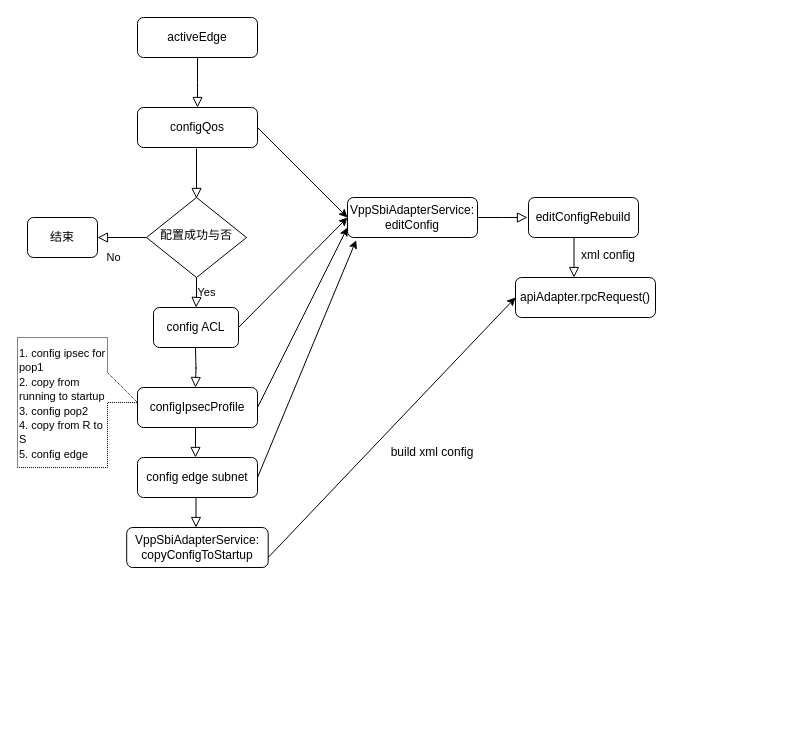
The draw.io diagram active-edge.drawio in wenchma/diagram, before the edit. Source tidied: cells renumbered, new cells numbered last; positions are measured from the earlier drawing's top-left corner, leaving out a move shared by most shapes. Both pictures are drawn from the tidied source at 100%, with x=0, y=0 at pixel (12, 17).
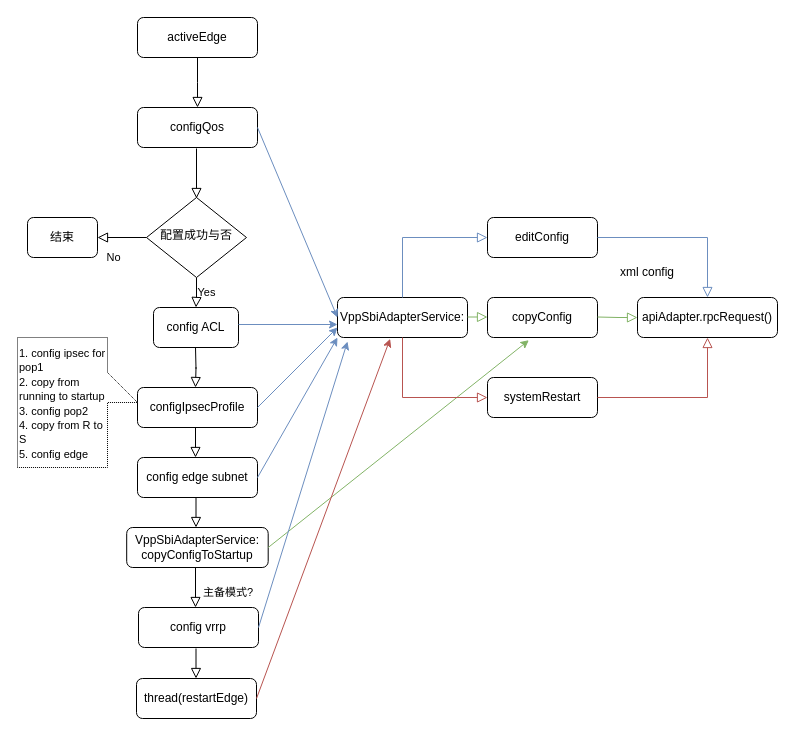
The same diagram, later.

The change refers to these unchanged cells:
```xml
<mxCell id="9" value="config ACL" style="rounded=1;whiteSpace=wrap;html=1;fontSize=12;glass=0;strokeWidth=1;shadow=0;" parent="1" vertex="1">
  <mxGeometry x="141" y="290" width="85" height="40" as="geometry" />
</mxCell>
<mxCell id="10" value="configQos" style="rounded=1;whiteSpace=wrap;html=1;fontSize=12;glass=0;strokeWidth=1;shadow=0;" parent="1" vertex="1">
  <mxGeometry x="125" y="90" width="120" height="40" as="geometry" />
</mxCell>
<mxCell id="17" value="configIpsecProfile" style="rounded=1;whiteSpace=wrap;html=1;fontSize=12;glass=0;strokeWidth=1;shadow=0;" parent="1" vertex="1">
  <mxGeometry x="125" y="370" width="120" height="40" as="geometry" />
</mxCell>
<mxCell id="22" value="config edge subnet" style="rounded=1;whiteSpace=wrap;html=1;fontSize=12;glass=0;strokeWidth=1;shadow=0;" parent="1" vertex="1">
  <mxGeometry x="125" y="440" width="120" height="40" as="geometry" />
</mxCell>
<mxCell id="25" value="VppSbiAdapterService:&lt;br&gt;copyConfigToStartup" style="rounded=1;whiteSpace=wrap;html=1;fontSize=12;glass=0;strokeWidth=1;shadow=0;" parent="1" vertex="1">
  <mxGeometry x="114.2" y="510" width="141.5" height="40" as="geometry" />
</mxCell>
```

The edit, as a diff of the source:
```diff
@@
-    <mxCell id="4" value="VppSbiAdapterService:&lt;br&gt;editConfig" style="rounded=1;whiteSpace=wrap;html=1;fontSize=12;glass=0;strokeWidth=1;shadow=0;" parent="1" vertex="1">
-      <mxGeometry x="335" y="180" width="130" height="40" as="geometry" />
+    <mxCell id="4" value="VppSbiAdapterService:&lt;br&gt;" style="rounded=1;whiteSpace=wrap;html=1;fontSize=12;glass=0;strokeWidth=1;shadow=0;" parent="1" vertex="1">
+      <mxGeometry x="325" y="280" width="130" height="40" as="geometry" />
     </mxCell>
@@
-    <mxCell id="11" style="rounded=0;html=1;jettySize=auto;orthogonalLoop=1;fontSize=11;endArrow=block;endFill=0;endSize=8;strokeWidth=1;shadow=0;labelBackgroundColor=none;edgeStyle=orthogonalEdgeStyle;" parent="1" edge="1">
-      <mxGeometry relative="1" as="geometry">
-        <mxPoint x="561.5" y="210" as="sourcePoint" />
-        <mxPoint x="561.5" y="260" as="targetPoint" />
-      </mxGeometry>
-    </mxCell>
-    <mxCell id="12" value="editConfigRebuild" style="rounded=1;whiteSpace=wrap;html=1;fontSize=12;glass=0;strokeWidth=1;shadow=0;" parent="1" vertex="1">
-      <mxGeometry x="516" y="180" width="110" height="40" as="geometry" />
-    </mxCell>
     <mxCell id="13" value="apiAdapter.rpcRequest()" style="rounded=1;whiteSpace=wrap;html=1;fontSize=12;glass=0;strokeWidth=1;shadow=0;" parent="1" vertex="1">
-      <mxGeometry x="503" y="260" width="140" height="40" as="geometry" />
+      <mxGeometry x="625" y="280" width="140" height="40" as="geometry" />
     </mxCell>
-    <mxCell id="14" value="xml config" style="text;html=1;strokeColor=none;fillColor=none;align=center;verticalAlign=middle;whiteSpace=wrap;rounded=0;" parent="1" vertex="1">
-      <mxGeometry x="566" y="223" width="60" height="30" as="geometry" />
-    </mxCell>
@@
-    <mxCell id="16" style="rounded=0;html=1;jettySize=auto;fontSize=11;endArrow=block;endFill=0;endSize=8;strokeWidth=1;shadow=0;labelBackgroundColor=none;edgeStyle=orthogonalEdgeStyle;exitX=1;exitY=0.5;exitDx=0;exitDy=0;" parent="1" edge="1" source="4">
-      <mxGeometry relative="1" as="geometry">
-        <mxPoint x="515" y="200" as="targetPoint" />
-      </mxGeometry>
-    </mxCell>
@@
-    <mxCell id="19" style="endArrow=classic;html=1;rounded=0;entryX=0;entryY=0.5;entryDx=0;entryDy=0;exitX=1;exitY=0.5;exitDx=0;exitDy=0;" parent="1" edge="1" source="10" target="4">
+    <mxCell id="19" style="endArrow=classic;html=1;rounded=0;entryX=0;entryY=0.5;entryDx=0;entryDy=0;exitX=1;exitY=0.5;exitDx=0;exitDy=0;fillColor=#dae8fc;strokeColor=#6c8ebf;" parent="1" edge="1" source="10" target="4">
       <mxGeometry relative="1" as="geometry" />
     </mxCell>
-    <mxCell id="20" style="endArrow=classic;html=1;rounded=0;exitX=1;exitY=0.5;exitDx=0;exitDy=0;" parent="1" edge="1" source="9">
+    <mxCell id="20" style="endArrow=classic;html=1;rounded=0;exitX=1;exitY=0.5;exitDx=0;exitDy=0;fillColor=#dae8fc;strokeColor=#6c8ebf;" parent="1" edge="1">
       <mxGeometry relative="1" as="geometry">
-        <mxPoint x="335" y="200" as="targetPoint" />
+        <mxPoint x="226" y="307" as="sourcePoint" />
+        <mxPoint x="325" y="307" as="targetPoint" />
       </mxGeometry>
     </mxCell>
-    <mxCell id="21" style="endArrow=classic;html=1;rounded=0;exitX=1;exitY=0.5;exitDx=0;exitDy=0;entryX=0;entryY=0.75;entryDx=0;entryDy=0;" parent="1" edge="1" source="17" target="4">
+    <mxCell id="21" style="endArrow=classic;html=1;rounded=0;exitX=1;exitY=0.5;exitDx=0;exitDy=0;entryX=0;entryY=0.75;entryDx=0;entryDy=0;fillColor=#dae8fc;strokeColor=#6c8ebf;" parent="1" edge="1" source="17" target="4">
       <mxGeometry relative="1" as="geometry" />
     </mxCell>
@@
-    <mxCell id="24" style="endArrow=classic;html=1;rounded=0;entryX=0.067;entryY=1.067;entryDx=0;entryDy=0;entryPerimeter=0;exitX=1;exitY=0.5;exitDx=0;exitDy=0;" parent="1" edge="1" source="22" target="4">
+    <mxCell id="24" style="endArrow=classic;html=1;rounded=0;entryX=0;entryY=1;entryDx=0;entryDy=0;exitX=1;exitY=0.5;exitDx=0;exitDy=0;fillColor=#dae8fc;strokeColor=#6c8ebf;" parent="1" edge="1" source="22" target="4">
       <mxGeometry relative="1" as="geometry" />
     </mxCell>
@@
-    <mxCell id="27" style="endArrow=classic;html=1;rounded=0;exitX=1;exitY=0.75;exitDx=0;exitDy=0;entryX=0;entryY=0.5;entryDx=0;entryDy=0;" parent="1" edge="1" source="25" target="13">
+    <mxCell id="27" style="endArrow=classic;html=1;rounded=0;exitX=1;exitY=0.5;exitDx=0;exitDy=0;entryX=0.376;entryY=1.067;entryDx=0;entryDy=0;entryPerimeter=0;fillColor=#d5e8d4;strokeColor=#82b366;" parent="1" edge="1" source="25" target="31">
       <mxGeometry relative="1" as="geometry" />
     </mxCell>
-    <mxCell id="28" value="build xml config" style="text;html=1;strokeColor=none;fillColor=none;align=center;verticalAlign=middle;whiteSpace=wrap;rounded=0;" parent="1" vertex="1">
-      <mxGeometry x="375" y="420" width="90" height="30" as="geometry" />
+    <mxCell id="28" value="xml config" style="text;html=1;strokeColor=none;fillColor=none;align=center;verticalAlign=middle;whiteSpace=wrap;rounded=0;" parent="1" vertex="1">
+      <mxGeometry x="605" y="240" width="60" height="30" as="geometry" />
     </mxCell>
@@
+    <mxCell id="31" value="copyConfig" style="rounded=1;whiteSpace=wrap;html=1;fontSize=12;glass=0;strokeWidth=1;shadow=0;" parent="1" vertex="1">
+      <mxGeometry x="475" y="280" width="110" height="40" as="geometry" />
+    </mxCell>
+    <mxCell id="32" style="rounded=0;html=1;jettySize=auto;fontSize=11;endArrow=block;endFill=0;endSize=8;strokeWidth=1;shadow=0;labelBackgroundColor=none;edgeStyle=orthogonalEdgeStyle;exitX=0.5;exitY=0;exitDx=0;exitDy=0;entryX=0;entryY=0.5;entryDx=0;entryDy=0;fillColor=#dae8fc;strokeColor=#6c8ebf;" parent="1" edge="1" source="4" target="12">
+      <mxGeometry relative="1" as="geometry">
+        <Array as="points">
+          <mxPoint x="390" y="220" />
+        </Array>
+      </mxGeometry>
+    </mxCell>
+    <mxCell id="33" style="rounded=0;html=1;jettySize=auto;orthogonalLoop=1;fontSize=11;endArrow=block;endFill=0;endSize=8;strokeWidth=1;shadow=0;labelBackgroundColor=none;edgeStyle=orthogonalEdgeStyle;exitX=1;exitY=0.5;exitDx=0;exitDy=0;fillColor=#d5e8d4;strokeColor=#82b366;" parent="1" edge="1">
+      <mxGeometry relative="1" as="geometry">
+        <mxPoint x="455" y="299.5" as="sourcePoint" />
+        <mxPoint x="475" y="300" as="targetPoint" />
+      </mxGeometry>
+    </mxCell>
+    <mxCell id="34" value="config vrrp" style="rounded=1;whiteSpace=wrap;html=1;fontSize=12;glass=0;strokeWidth=1;shadow=0;" parent="1" vertex="1">
+      <mxGeometry x="126" y="590" width="120" height="40" as="geometry" />
+    </mxCell>
+    <mxCell id="35" style="rounded=0;html=1;jettySize=auto;fontSize=11;endArrow=block;endFill=0;endSize=8;strokeWidth=1;shadow=0;labelBackgroundColor=none;edgeStyle=orthogonalEdgeStyle;exitX=0.5;exitY=1;exitDx=0;exitDy=0;" parent="1" edge="1" source="25">
+      <mxGeometry relative="1" as="geometry">
+        <mxPoint x="183" y="590" as="targetPoint" />
+        <Array as="points">
+          <mxPoint x="183" y="550" />
+        </Array>
+      </mxGeometry>
+    </mxCell>
+    <mxCell id="36" value="主备模式?" style="text;html=1;strokeColor=none;fillColor=none;align=center;verticalAlign=middle;whiteSpace=wrap;rounded=0;dashed=1;dashPattern=1 1;fontSize=11;" parent="1" vertex="1">
+      <mxGeometry x="186" y="560" width="60" height="30" as="geometry" />
+    </mxCell>
+    <mxCell id="37" style="endArrow=classic;html=1;rounded=0;fontSize=11;entryX=0.077;entryY=1.1;entryDx=0;entryDy=0;entryPerimeter=0;exitX=1;exitY=0.5;exitDx=0;exitDy=0;fillColor=#dae8fc;strokeColor=#6c8ebf;" parent="1" edge="1" source="34" target="4">
+      <mxGeometry relative="1" as="geometry" />
+    </mxCell>
+    <mxCell id="38" value="thread(restartEdge)" style="rounded=1;whiteSpace=wrap;html=1;fontSize=12;glass=0;strokeWidth=1;shadow=0;" parent="1" vertex="1">
+      <mxGeometry x="124" y="661" width="120" height="40" as="geometry" />
+    </mxCell>
+    <mxCell id="12" value="editConfig" style="rounded=1;whiteSpace=wrap;html=1;fontSize=12;glass=0;strokeWidth=1;shadow=0;" parent="1" vertex="1">
+      <mxGeometry x="475" y="200" width="110" height="40" as="geometry" />
+    </mxCell>
+    <mxCell id="39" value="systemRestart" style="rounded=1;whiteSpace=wrap;html=1;fontSize=12;glass=0;strokeWidth=1;shadow=0;" parent="1" vertex="1">
+      <mxGeometry x="475" y="360" width="110" height="40" as="geometry" />
+    </mxCell>
+    <mxCell id="40" style="rounded=0;html=1;jettySize=auto;fontSize=11;endArrow=block;endFill=0;endSize=8;strokeWidth=1;shadow=0;labelBackgroundColor=none;edgeStyle=orthogonalEdgeStyle;exitX=1;exitY=0.5;exitDx=0;exitDy=0;entryX=0;entryY=0.5;entryDx=0;entryDy=0;fillColor=#d5e8d4;strokeColor=#82b366;" parent="1" edge="1" target="13">
+      <mxGeometry relative="1" as="geometry">
+        <mxPoint x="585" y="299.5" as="sourcePoint" />
+      </mxGeometry>
+    </mxCell>
+    <mxCell id="41" style="rounded=0;html=1;jettySize=auto;fontSize=11;endArrow=block;endFill=0;endSize=8;strokeWidth=1;shadow=0;labelBackgroundColor=none;edgeStyle=orthogonalEdgeStyle;exitX=1;exitY=0.5;exitDx=0;exitDy=0;entryX=0.5;entryY=0;entryDx=0;entryDy=0;fillColor=#dae8fc;strokeColor=#6c8ebf;exitPerimeter=0;" parent="1" edge="1" source="12" target="13">
+      <mxGeometry relative="1" as="geometry">
+        <Array as="points">
+          <mxPoint x="695" y="220" />
+        </Array>
+      </mxGeometry>
+    </mxCell>
+    <mxCell id="42" style="rounded=0;html=1;jettySize=auto;fontSize=11;endArrow=block;endFill=0;endSize=8;strokeWidth=1;shadow=0;labelBackgroundColor=none;edgeStyle=orthogonalEdgeStyle;exitX=1;exitY=0.5;exitDx=0;exitDy=0;entryX=0.5;entryY=1;entryDx=0;entryDy=0;fillColor=#f8cecc;strokeColor=#b85450;exitPerimeter=0;" parent="1" edge="1" target="13">
+      <mxGeometry relative="1" as="geometry">
+        <mxPoint x="585" y="380" as="sourcePoint" />
+        <Array as="points">
+          <mxPoint x="695" y="380" />
+        </Array>
+      </mxGeometry>
+    </mxCell>
+    <mxCell id="43" style="rounded=0;html=1;jettySize=auto;orthogonalLoop=1;fontSize=11;endArrow=block;endFill=0;endSize=8;strokeWidth=1;shadow=0;labelBackgroundColor=none;edgeStyle=orthogonalEdgeStyle;" parent="1" edge="1">
+      <mxGeometry relative="1" as="geometry">
+        <mxPoint x="183.5" y="631" as="sourcePoint" />
+        <mxPoint x="183.5" y="661" as="targetPoint" />
+      </mxGeometry>
+    </mxCell>
+    <mxCell id="44" style="endArrow=classic;html=1;rounded=0;fontSize=11;exitX=1;exitY=0.5;exitDx=0;exitDy=0;entryX=0.405;entryY=1.033;entryDx=0;entryDy=0;fillColor=#f8cecc;strokeColor=#b85450;entryPerimeter=0;" parent="1" edge="1" source="38" target="4">
+      <mxGeometry relative="1" as="geometry" />
+    </mxCell>
+    <mxCell id="45" style="rounded=0;html=1;jettySize=auto;fontSize=11;endArrow=block;endFill=0;endSize=8;strokeWidth=1;shadow=0;labelBackgroundColor=none;edgeStyle=orthogonalEdgeStyle;exitX=0.5;exitY=1;exitDx=0;exitDy=0;entryX=0;entryY=0.5;entryDx=0;entryDy=0;fillColor=#f8cecc;strokeColor=#b85450;" parent="1" edge="1" source="4">
+      <mxGeometry relative="1" as="geometry">
+        <mxPoint x="475" y="380" as="targetPoint" />
+        <Array as="points">
+          <mxPoint x="390" y="380" />
+        </Array>
+      </mxGeometry>
+    </mxCell>
```
